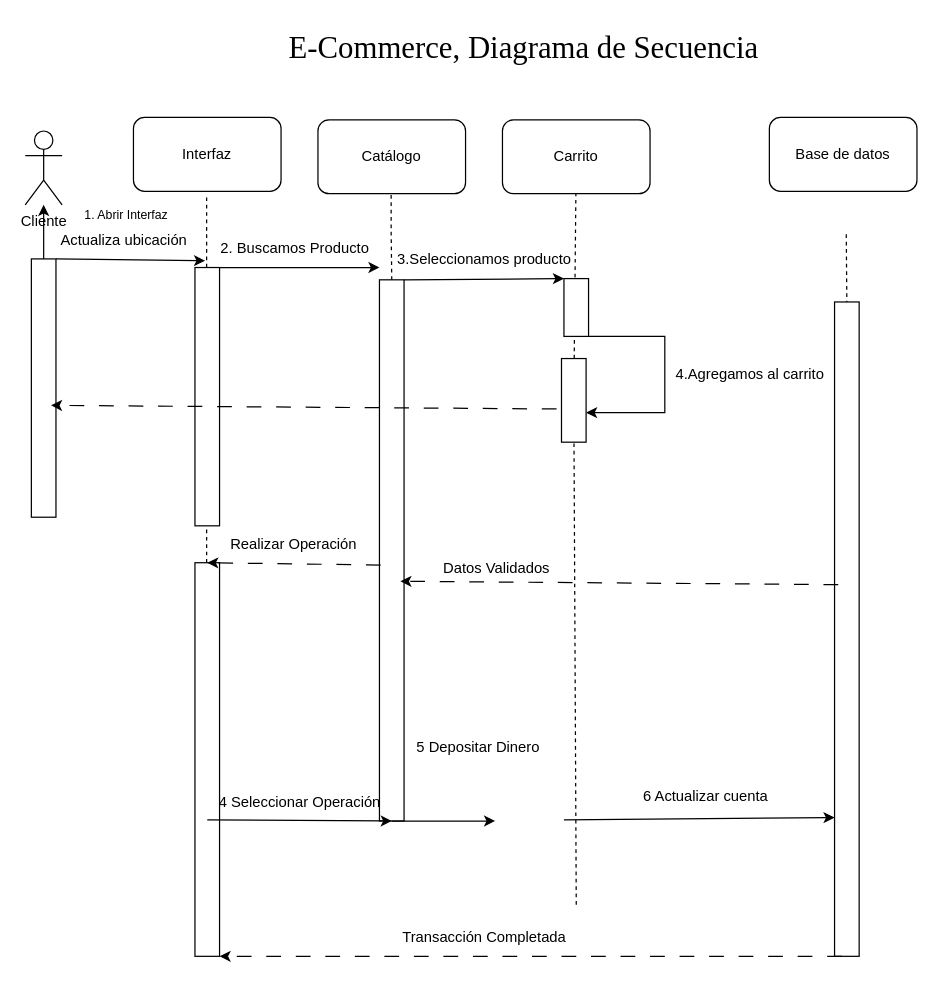
Before: page "Diagrama de Secuencia" (2 of 5) of E-commerce.drawio in SamuelHerreraPerez/Laboratorio-Empresarial, a draw.io diagram. Source tidied: cells renumbered, new cells numbered last; positions are measured from the earlier drawing's top-left corner, leaving out a move shared by most shapes. Both pictures are drawn from the tidied source at 123%, with x=0, y=0 at pixel (25, 21).
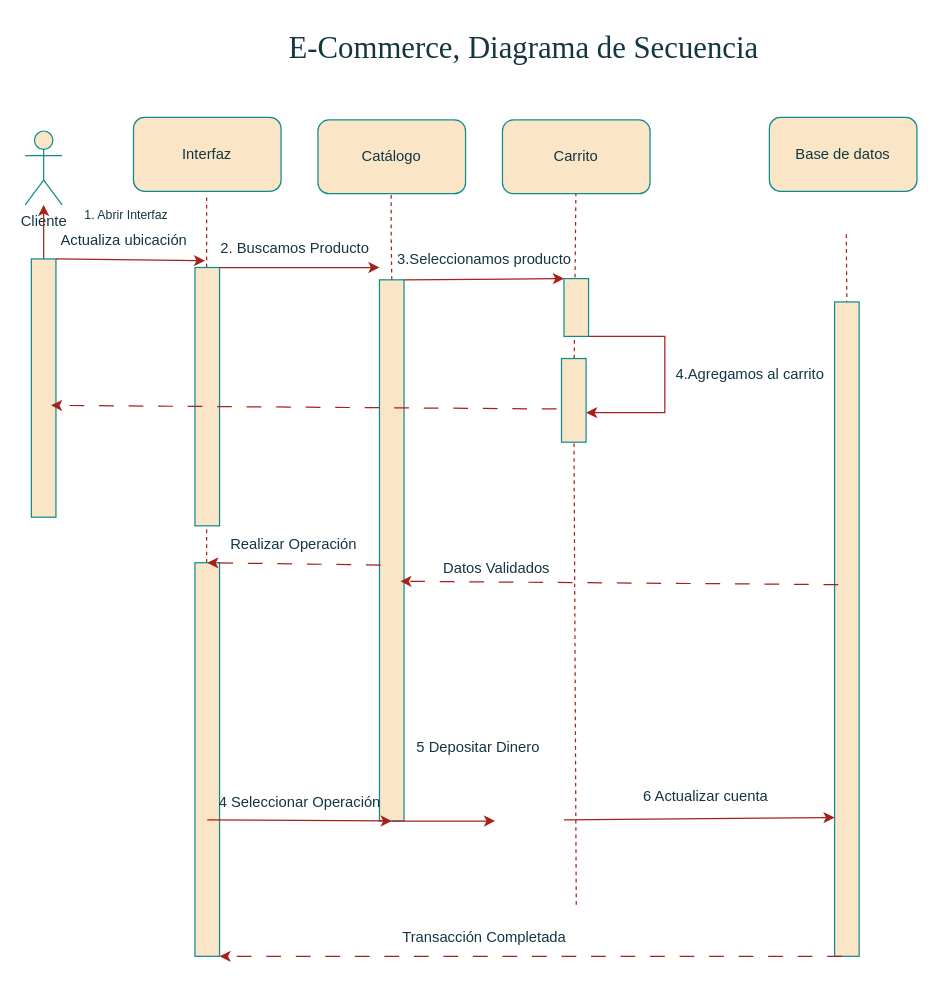
Above is the later version.

What changed in the source:
```diff
@@
-    <mxCell id="2" value="&lt;font style=&quot;font-size: 25px;&quot;&gt;E-Commerce, Diagrama de Secuencia&lt;/font&gt;&lt;div&gt;&lt;font style=&quot;font-size: 25px;&quot;&gt;&lt;br&gt;&lt;/font&gt;&lt;/div&gt;" style="text;html=1;align=center;verticalAlign=middle;strokeColor=none;fillColor=none;fontFamily=Times New Roman;" parent="1" vertex="1">
+    <mxCell id="2" value="&lt;font style=&quot;font-size: 25px;&quot;&gt;E-Commerce, Diagrama de Secuencia&lt;/font&gt;&lt;div&gt;&lt;font style=&quot;font-size: 25px;&quot;&gt;&lt;br&gt;&lt;/font&gt;&lt;/div&gt;" style="text;html=1;align=center;verticalAlign=middle;strokeColor=none;fillColor=none;fontFamily=Times New Roman;labelBackgroundColor=none;fontColor=#143642;" parent="1" vertex="1">
       <mxGeometry x="205" width="400" height="72" as="geometry" />
     </mxCell>
-    <mxCell id="3" value="Interfaz" style="rounded=1;whiteSpace=wrap;html=1;" parent="1" vertex="1">
+    <mxCell id="3" value="Interfaz" style="rounded=1;whiteSpace=wrap;html=1;labelBackgroundColor=none;fillColor=#FAE5C7;strokeColor=#0F8B8D;fontColor=#143642;" parent="1" vertex="1">
       <mxGeometry x="88" y="78" width="120" height="60" as="geometry" />
     </mxCell>
-    <mxCell id="4" value="Catálogo" style="rounded=1;whiteSpace=wrap;html=1;" parent="1" vertex="1">
+    <mxCell id="4" value="Catálogo" style="rounded=1;whiteSpace=wrap;html=1;labelBackgroundColor=none;fillColor=#FAE5C7;strokeColor=#0F8B8D;fontColor=#143642;" parent="1" vertex="1">
       <mxGeometry x="238" y="80" width="120" height="60" as="geometry" />
     </mxCell>
-    <mxCell id="5" value="Carrito" style="rounded=1;whiteSpace=wrap;html=1;" parent="1" vertex="1">
+    <mxCell id="5" value="Carrito" style="rounded=1;whiteSpace=wrap;html=1;labelBackgroundColor=none;fillColor=#FAE5C7;strokeColor=#0F8B8D;fontColor=#143642;" parent="1" vertex="1">
       <mxGeometry x="388" y="80" width="120" height="60" as="geometry" />
     </mxCell>
-    <mxCell id="6" value="Base de datos" style="rounded=1;whiteSpace=wrap;html=1;" parent="1" vertex="1">
+    <mxCell id="6" value="Base de datos" style="rounded=1;whiteSpace=wrap;html=1;labelBackgroundColor=none;fillColor=#FAE5C7;strokeColor=#0F8B8D;fontColor=#143642;" parent="1" vertex="1">
       <mxGeometry x="605" y="78" width="120" height="60" as="geometry" />
     </mxCell>
-    <mxCell id="7" style="endArrow=none;dashed=1;html=1;rounded=0;entryX=0.5;entryY=1;entryDx=0;entryDy=0;" parent="1" edge="1">
+    <mxCell id="7" style="endArrow=none;dashed=1;html=1;rounded=0;entryX=0.5;entryY=1;entryDx=0;entryDy=0;labelBackgroundColor=none;strokeColor=#A8201A;fontColor=default;" parent="1" edge="1">
       <mxGeometry relative="1" as="geometry">
         <mxPoint x="147.5" y="200" as="sourcePoint" />
         <mxPoint x="147.5" y="140" as="targetPoint" />
         <Array as="points">
           <mxPoint x="147.5" y="190" />
         </Array>
       </mxGeometry>
     </mxCell>
-    <mxCell id="8" style="endArrow=none;dashed=1;html=1;rounded=0;entryX=0.5;entryY=1;entryDx=0;entryDy=0;exitX=0.5;exitY=0;exitDx=0;exitDy=0;" parent="1" edge="1" source="14">
+    <mxCell id="8" style="endArrow=none;dashed=1;html=1;rounded=0;entryX=0.5;entryY=1;entryDx=0;entryDy=0;exitX=0.5;exitY=0;exitDx=0;exitDy=0;labelBackgroundColor=none;strokeColor=#A8201A;fontColor=default;" parent="1" edge="1" source="14">
       <mxGeometry relative="1" as="geometry">
         <mxPoint x="297.5" y="140" as="targetPoint" />
         <Array as="points">
           <mxPoint x="297.5" y="170" />
         </Array>
       </mxGeometry>
     </mxCell>
-    <mxCell id="9" style="endArrow=none;dashed=1;html=1;rounded=0;" parent="1" edge="1" source="42" target="5">
+    <mxCell id="9" style="endArrow=none;dashed=1;html=1;rounded=0;labelBackgroundColor=none;strokeColor=#A8201A;fontColor=default;" parent="1" edge="1" source="42" target="5">
       <mxGeometry relative="1" as="geometry" />
     </mxCell>
-    <mxCell id="10" style="endArrow=none;dashed=1;html=1;rounded=0;entryX=0.5;entryY=1;entryDx=0;entryDy=0;" parent="1" edge="1">
+    <mxCell id="10" style="endArrow=none;dashed=1;html=1;rounded=0;entryX=0.5;entryY=1;entryDx=0;entryDy=0;labelBackgroundColor=none;strokeColor=#A8201A;fontColor=default;" parent="1" edge="1">
       <mxGeometry relative="1" as="geometry">
         <mxPoint x="668" y="230" as="sourcePoint" />
         <mxPoint x="667.5" y="170" as="targetPoint" />
       </mxGeometry>
     </mxCell>
-    <mxCell id="11" style="rounded=0;whiteSpace=wrap;html=1;" parent="1" vertex="1">
+    <mxCell id="11" style="rounded=0;whiteSpace=wrap;html=1;labelBackgroundColor=none;fillColor=#FAE5C7;strokeColor=#0F8B8D;fontColor=#143642;" parent="1" vertex="1">
       <mxGeometry x="138" y="200" width="20" height="210" as="geometry" />
     </mxCell>
-    <mxCell id="12" style="endArrow=classic;html=1;rounded=0;exitX=1;exitY=0;exitDx=0;exitDy=0;" parent="1" edge="1" source="11">
+    <mxCell id="12" style="endArrow=classic;html=1;rounded=0;exitX=1;exitY=0;exitDx=0;exitDy=0;labelBackgroundColor=none;strokeColor=#A8201A;fontColor=default;" parent="1" edge="1" source="11">
       <mxGeometry relative="1" as="geometry">
         <mxPoint x="288" y="200" as="targetPoint" />
       </mxGeometry>
     </mxCell>
-    <mxCell id="13" value="2. Buscamos Producto" style="text;html=1;align=center;verticalAlign=middle;points=[];strokeColor=none;fillColor=none;" parent="1" vertex="1">
+    <mxCell id="13" value="2. Buscamos Producto" style="text;html=1;align=center;verticalAlign=middle;points=[];strokeColor=none;fillColor=none;labelBackgroundColor=none;fontColor=#143642;" parent="1" vertex="1">
       <mxGeometry x="149" y="172" width="139" height="26" as="geometry" />
     </mxCell>
-    <mxCell id="14" style="rounded=0;whiteSpace=wrap;html=1;" parent="1" vertex="1">
+    <mxCell id="14" style="rounded=0;whiteSpace=wrap;html=1;labelBackgroundColor=none;fillColor=#FAE5C7;strokeColor=#0F8B8D;fontColor=#143642;" parent="1" vertex="1">
       <mxGeometry x="288" y="210" width="20" height="440" as="geometry" />
     </mxCell>
-    <mxCell id="15" style="endArrow=classic;html=1;rounded=0;exitX=1;exitY=0;exitDx=0;exitDy=0;entryX=0;entryY=0;entryDx=0;entryDy=0;" parent="1" edge="1" source="14" target="17">
+    <mxCell id="15" style="endArrow=classic;html=1;rounded=0;exitX=1;exitY=0;exitDx=0;exitDy=0;entryX=0;entryY=0;entryDx=0;entryDy=0;labelBackgroundColor=none;strokeColor=#A8201A;fontColor=default;" parent="1" edge="1" source="14" target="17">
       <mxGeometry relative="1" as="geometry" />
     </mxCell>
-    <mxCell id="16" value="3.Seleccionamos producto" style="text;html=1;align=center;verticalAlign=middle;strokeColor=none;fillColor=none;" parent="1" vertex="1">
+    <mxCell id="16" value="3.Seleccionamos producto" style="text;html=1;align=center;verticalAlign=middle;strokeColor=none;fillColor=none;labelBackgroundColor=none;fontColor=#143642;" parent="1" vertex="1">
       <mxGeometry x="293" y="181" width="159" height="26" as="geometry" />
     </mxCell>
-    <mxCell id="17" style="rounded=0;whiteSpace=wrap;html=1;" parent="1" vertex="1">
+    <mxCell id="17" style="rounded=0;whiteSpace=wrap;html=1;labelBackgroundColor=none;fillColor=#FAE5C7;strokeColor=#0F8B8D;fontColor=#143642;" parent="1" vertex="1">
       <mxGeometry x="438" y="209" width="20" height="47" as="geometry" />
     </mxCell>
-    <mxCell id="18" style="endArrow=classic;html=1;rounded=0;exitX=1;exitY=1;exitDx=0;exitDy=0;entryX=1;entryY=0.647;entryDx=0;entryDy=0;entryPerimeter=0;" parent="1" edge="1" source="17" target="42">
+    <mxCell id="18" style="endArrow=classic;html=1;rounded=0;exitX=1;exitY=1;exitDx=0;exitDy=0;entryX=1;entryY=0.647;entryDx=0;entryDy=0;entryPerimeter=0;labelBackgroundColor=none;strokeColor=#A8201A;fontColor=default;" parent="1" edge="1" source="17" target="42">
       <mxGeometry relative="1" as="geometry">
         <Array as="points">
           <mxPoint x="520" y="256" />
           <mxPoint x="520" y="318" />
         </Array>
       </mxGeometry>
     </mxCell>
-    <mxCell id="19" value="4.Agregamos al carrito" style="text;html=1;align=center;verticalAlign=middle;strokeColor=none;fillColor=none;" parent="1" vertex="1">
+    <mxCell id="19" value="4.Agregamos al carrito" style="text;html=1;align=center;verticalAlign=middle;strokeColor=none;fillColor=none;labelBackgroundColor=none;fontColor=#143642;" parent="1" vertex="1">
       <mxGeometry x="519" y="274" width="139" height="26" as="geometry" />
     </mxCell>
-    <mxCell id="20" style="rounded=0;whiteSpace=wrap;html=1;" parent="1" vertex="1">
+    <mxCell id="20" style="rounded=0;whiteSpace=wrap;html=1;labelBackgroundColor=none;fillColor=#FAE5C7;strokeColor=#0F8B8D;fontColor=#143642;" parent="1" vertex="1">
       <mxGeometry x="658" y="228" width="20" height="532" as="geometry" />
     </mxCell>
-    <mxCell id="21" style="endArrow=none;dashed=1;html=1;rounded=0;entryX=0.5;entryY=1;entryDx=0;entryDy=0;" parent="1" edge="1">
+    <mxCell id="21" style="endArrow=none;dashed=1;html=1;rounded=0;entryX=0.5;entryY=1;entryDx=0;entryDy=0;labelBackgroundColor=none;strokeColor=#A8201A;fontColor=default;" parent="1" edge="1">
       <mxGeometry relative="1" as="geometry">
         <mxPoint x="147.5" y="470" as="sourcePoint" />
         <mxPoint x="147.5" y="410" as="targetPoint" />
         <Array as="points">
           <mxPoint x="147.5" y="460" />
         </Array>
       </mxGeometry>
     </mxCell>
-    <mxCell id="22" style="rounded=0;whiteSpace=wrap;html=1;" parent="1" vertex="1">
+    <mxCell id="22" style="rounded=0;whiteSpace=wrap;html=1;labelBackgroundColor=none;fillColor=#FAE5C7;strokeColor=#0F8B8D;fontColor=#143642;" parent="1" vertex="1">
       <mxGeometry x="138" y="440" width="20" height="320" as="geometry" />
     </mxCell>
-    <mxCell id="23" style="endArrow=classic;html=1;rounded=0;exitX=1;exitY=0;exitDx=0;exitDy=0;entryX=0.5;entryY=1;entryDx=0;entryDy=0;" parent="1" edge="1" target="14">
+    <mxCell id="23" style="endArrow=classic;html=1;rounded=0;exitX=1;exitY=0;exitDx=0;exitDy=0;entryX=0.5;entryY=1;entryDx=0;entryDy=0;labelBackgroundColor=none;strokeColor=#A8201A;fontColor=default;" parent="1" edge="1" target="14">
       <mxGeometry relative="1" as="geometry">
         <mxPoint x="148" y="649" as="sourcePoint" />
       </mxGeometry>
     </mxCell>
-    <mxCell id="24" style="endArrow=classic;html=1;rounded=0;exitX=1;exitY=0;exitDx=0;exitDy=0;" parent="1" edge="1">
+    <mxCell id="24" style="endArrow=classic;html=1;rounded=0;exitX=1;exitY=0;exitDx=0;exitDy=0;labelBackgroundColor=none;strokeColor=#A8201A;fontColor=default;" parent="1" edge="1">
       <mxGeometry relative="1" as="geometry">
         <mxPoint x="298" y="650" as="sourcePoint" />
         <mxPoint x="382" y="650" as="targetPoint" />
       </mxGeometry>
     </mxCell>
-    <mxCell id="25" style="endArrow=classic;html=1;rounded=0;exitX=1;exitY=0;exitDx=0;exitDy=0;entryX=0;entryY=0.788;entryDx=0;entryDy=0;entryPerimeter=0;" parent="1" edge="1" target="20">
+    <mxCell id="25" style="endArrow=classic;html=1;rounded=0;exitX=1;exitY=0;exitDx=0;exitDy=0;entryX=0;entryY=0.788;entryDx=0;entryDy=0;entryPerimeter=0;labelBackgroundColor=none;strokeColor=#A8201A;fontColor=default;" parent="1" edge="1" target="20">
       <mxGeometry relative="1" as="geometry">
         <mxPoint x="438" y="649" as="sourcePoint" />
       </mxGeometry>
     </mxCell>
-    <mxCell id="26" style="endArrow=classic;html=1;rounded=0;exitX=0.15;exitY=0.432;exitDx=0;exitDy=0;exitPerimeter=0;entryX=0.85;entryY=0.557;entryDx=0;entryDy=0;entryPerimeter=0;dashed=1;dashPattern=12 12;" parent="1" edge="1" source="20" target="14">
+    <mxCell id="26" style="endArrow=classic;html=1;rounded=0;exitX=0.15;exitY=0.432;exitDx=0;exitDy=0;exitPerimeter=0;entryX=0.85;entryY=0.557;entryDx=0;entryDy=0;entryPerimeter=0;dashed=1;dashPattern=12 12;labelBackgroundColor=none;strokeColor=#A8201A;fontColor=default;" parent="1" edge="1" source="20" target="14">
       <mxGeometry relative="1" as="geometry" />
     </mxCell>
-    <mxCell id="27" style="endArrow=classic;html=1;rounded=0;exitX=0.05;exitY=0.527;exitDx=0;exitDy=0;exitPerimeter=0;entryX=0.85;entryY=0.557;entryDx=0;entryDy=0;entryPerimeter=0;dashed=1;dashPattern=12 12;" parent="1" edge="1" source="14">
+    <mxCell id="27" style="endArrow=classic;html=1;rounded=0;exitX=0.05;exitY=0.527;exitDx=0;exitDy=0;exitPerimeter=0;entryX=0.85;entryY=0.557;entryDx=0;entryDy=0;entryPerimeter=0;dashed=1;dashPattern=12 12;labelBackgroundColor=none;strokeColor=#A8201A;fontColor=default;" parent="1" edge="1" source="14">
       <mxGeometry relative="1" as="geometry">
         <mxPoint x="148" y="440" as="targetPoint" />
       </mxGeometry>
     </mxCell>
-    <mxCell id="28" value="Realizar Operación" style="text;html=1;align=center;verticalAlign=middle;strokeColor=none;fillColor=none;" parent="1" vertex="1">
+    <mxCell id="28" value="Realizar Operación" style="text;html=1;align=center;verticalAlign=middle;strokeColor=none;fillColor=none;labelBackgroundColor=none;fontColor=#143642;" parent="1" vertex="1">
       <mxGeometry x="153" y="410" width="130" height="30" as="geometry" />
     </mxCell>
-    <mxCell id="29" value="Datos Validados" style="text;html=1;align=center;verticalAlign=middle;strokeColor=none;fillColor=none;" parent="1" vertex="1">
+    <mxCell id="29" value="Datos Validados" style="text;html=1;align=center;verticalAlign=middle;strokeColor=none;fillColor=none;labelBackgroundColor=none;fontColor=#143642;" parent="1" vertex="1">
       <mxGeometry x="328" y="430" width="110" height="30" as="geometry" />
     </mxCell>
-    <mxCell id="30" value="4 Seleccionar Operación" style="text;html=1;align=center;verticalAlign=middle;strokeColor=none;fillColor=none;" parent="1" vertex="1">
+    <mxCell id="30" value="4 Seleccionar Operación" style="text;html=1;align=center;verticalAlign=middle;strokeColor=none;fillColor=none;labelBackgroundColor=none;fontColor=#143642;" parent="1" vertex="1">
       <mxGeometry x="148" y="620" width="150" height="30" as="geometry" />
     </mxCell>
-    <mxCell id="31" value="5 Depositar Dinero" style="text;html=1;align=center;verticalAlign=middle;strokeColor=none;fillColor=none;" parent="1" vertex="1">
+    <mxCell id="31" value="5 Depositar Dinero" style="text;html=1;align=center;verticalAlign=middle;strokeColor=none;fillColor=none;labelBackgroundColor=none;fontColor=#143642;" parent="1" vertex="1">
       <mxGeometry x="308" y="575" width="120" height="30" as="geometry" />
     </mxCell>
-    <mxCell id="32" value="6 Actualizar cuenta" style="text;html=1;align=center;verticalAlign=middle;strokeColor=none;fillColor=none;" parent="1" vertex="1">
+    <mxCell id="32" value="6 Actualizar cuenta" style="text;html=1;align=center;verticalAlign=middle;strokeColor=none;fillColor=none;labelBackgroundColor=none;fontColor=#143642;" parent="1" vertex="1">
       <mxGeometry x="493" y="615" width="120" height="30" as="geometry" />
     </mxCell>
-    <mxCell id="33" style="endArrow=classic;html=1;rounded=0;exitX=0.15;exitY=0.432;exitDx=0;exitDy=0;exitPerimeter=0;entryX=1;entryY=1;entryDx=0;entryDy=0;dashed=1;dashPattern=12 12;" parent="1" edge="1" target="22">
+    <mxCell id="33" style="endArrow=classic;html=1;rounded=0;exitX=0.15;exitY=0.432;exitDx=0;exitDy=0;exitPerimeter=0;entryX=1;entryY=1;entryDx=0;entryDy=0;dashed=1;dashPattern=12 12;labelBackgroundColor=none;strokeColor=#A8201A;fontColor=default;" parent="1" edge="1" target="22">
       <mxGeometry relative="1" as="geometry">
         <mxPoint x="664" y="760" as="sourcePoint" />
       </mxGeometry>
     </mxCell>
-    <mxCell id="34" value="Transacción Completada" style="text;html=1;align=center;verticalAlign=middle;strokeColor=none;fillColor=none;" parent="1" vertex="1">
+    <mxCell id="34" value="Transacción Completada" style="text;html=1;align=center;verticalAlign=middle;strokeColor=none;fillColor=none;labelBackgroundColor=none;fontColor=#143642;" parent="1" vertex="1">
       <mxGeometry x="293" y="730" width="160" height="30" as="geometry" />
     </mxCell>
-    <mxCell id="35" value="Cliente" style="shape=umlActor;verticalLabelPosition=bottom;verticalAlign=top;html=1;outlineConnect=0;" parent="1" vertex="1">
+    <mxCell id="35" value="Cliente" style="shape=umlActor;verticalLabelPosition=bottom;verticalAlign=top;html=1;outlineConnect=0;labelBackgroundColor=none;fillColor=#FAE5C7;strokeColor=#0F8B8D;fontColor=#143642;" parent="1" vertex="1">
       <mxGeometry y="89" width="30" height="60" as="geometry" />
     </mxCell>
-    <mxCell id="36" style="edgeStyle=orthogonalEdgeStyle;rounded=0;jettySize=auto;html=1;" parent="1" edge="1" source="37" target="35">
+    <mxCell id="36" style="edgeStyle=orthogonalEdgeStyle;rounded=0;jettySize=auto;html=1;labelBackgroundColor=none;strokeColor=#A8201A;fontColor=default;" parent="1" edge="1" source="37" target="35">
       <mxGeometry relative="1" as="geometry" />
     </mxCell>
-    <mxCell id="37" style="rounded=0;whiteSpace=wrap;html=1;" parent="1" vertex="1">
+    <mxCell id="37" style="rounded=0;whiteSpace=wrap;html=1;labelBackgroundColor=none;fillColor=#FAE5C7;strokeColor=#0F8B8D;fontColor=#143642;" parent="1" vertex="1">
       <mxGeometry x="5" y="193" width="20" height="210" as="geometry" />
     </mxCell>
-    <mxCell id="38" style="endArrow=classic;html=1;rounded=0;exitX=1;exitY=0;exitDx=0;exitDy=0;entryX=-0.02;entryY=0.867;entryDx=0;entryDy=0;entryPerimeter=0;" parent="1" edge="1" source="37" target="13">
+    <mxCell id="38" style="endArrow=classic;html=1;rounded=0;exitX=1;exitY=0;exitDx=0;exitDy=0;entryX=-0.02;entryY=0.867;entryDx=0;entryDy=0;entryPerimeter=0;labelBackgroundColor=none;strokeColor=#A8201A;fontColor=default;" parent="1" edge="1" source="37" target="13">
       <mxGeometry relative="1" as="geometry" />
     </mxCell>
-    <mxCell id="39" value="Actualiza ubicación" style="text;html=1;align=center;verticalAlign=middle;strokeColor=none;fillColor=none;" parent="1" vertex="1">
+    <mxCell id="39" value="Actualiza ubicación" style="text;html=1;align=center;verticalAlign=middle;strokeColor=none;fillColor=none;labelBackgroundColor=none;fontColor=#143642;" parent="1" vertex="1">
       <mxGeometry x="19" y="165" width="121" height="26" as="geometry" />
     </mxCell>
-    <mxCell id="40" value="&lt;font style=&quot;vertical-align: inherit; font-size: 10px;&quot;&gt;1. Abrir Interfaz&lt;/font&gt;" style="text;html=1;align=center;verticalAlign=middle;strokeColor=none;fillColor=none;" parent="1" vertex="1">
+    <mxCell id="40" value="&lt;font style=&quot;vertical-align: inherit; font-size: 10px;&quot;&gt;1. Abrir Interfaz&lt;/font&gt;" style="text;html=1;align=center;verticalAlign=middle;strokeColor=none;fillColor=none;labelBackgroundColor=none;fontColor=#143642;" parent="1" vertex="1">
       <mxGeometry x="39" y="144" width="86" height="26" as="geometry" />
     </mxCell>
-    <mxCell id="41" style="endArrow=none;dashed=1;html=1;rounded=0;" parent="1" edge="1" target="42">
+    <mxCell id="41" style="endArrow=none;dashed=1;html=1;rounded=0;labelBackgroundColor=none;strokeColor=#A8201A;fontColor=default;" parent="1" edge="1" target="42">
       <mxGeometry relative="1" as="geometry">
         <mxPoint x="448" y="718" as="sourcePoint" />
       </mxGeometry>
     </mxCell>
-    <mxCell id="42" style="rounded=0;whiteSpace=wrap;html=1;" parent="1" vertex="1">
+    <mxCell id="42" style="rounded=0;whiteSpace=wrap;html=1;labelBackgroundColor=none;fillColor=#FAE5C7;strokeColor=#0F8B8D;fontColor=#143642;" parent="1" vertex="1">
       <mxGeometry x="436" y="274" width="20" height="68" as="geometry" />
     </mxCell>
-    <mxCell id="43" style="endArrow=classic;html=1;rounded=0;exitX=-0.2;exitY=0.603;exitDx=0;exitDy=0;exitPerimeter=0;dashed=1;dashPattern=12 12;entryX=0.8;entryY=0.567;entryDx=0;entryDy=0;entryPerimeter=0;" parent="1" edge="1" source="42" target="37">
+    <mxCell id="43" style="endArrow=classic;html=1;rounded=0;exitX=-0.2;exitY=0.603;exitDx=0;exitDy=0;exitPerimeter=0;dashed=1;dashPattern=12 12;entryX=0.8;entryY=0.567;entryDx=0;entryDy=0;entryPerimeter=0;labelBackgroundColor=none;strokeColor=#A8201A;fontColor=default;" parent="1" edge="1" source="42" target="37">
       <mxGeometry relative="1" as="geometry" />
     </mxCell>
```
